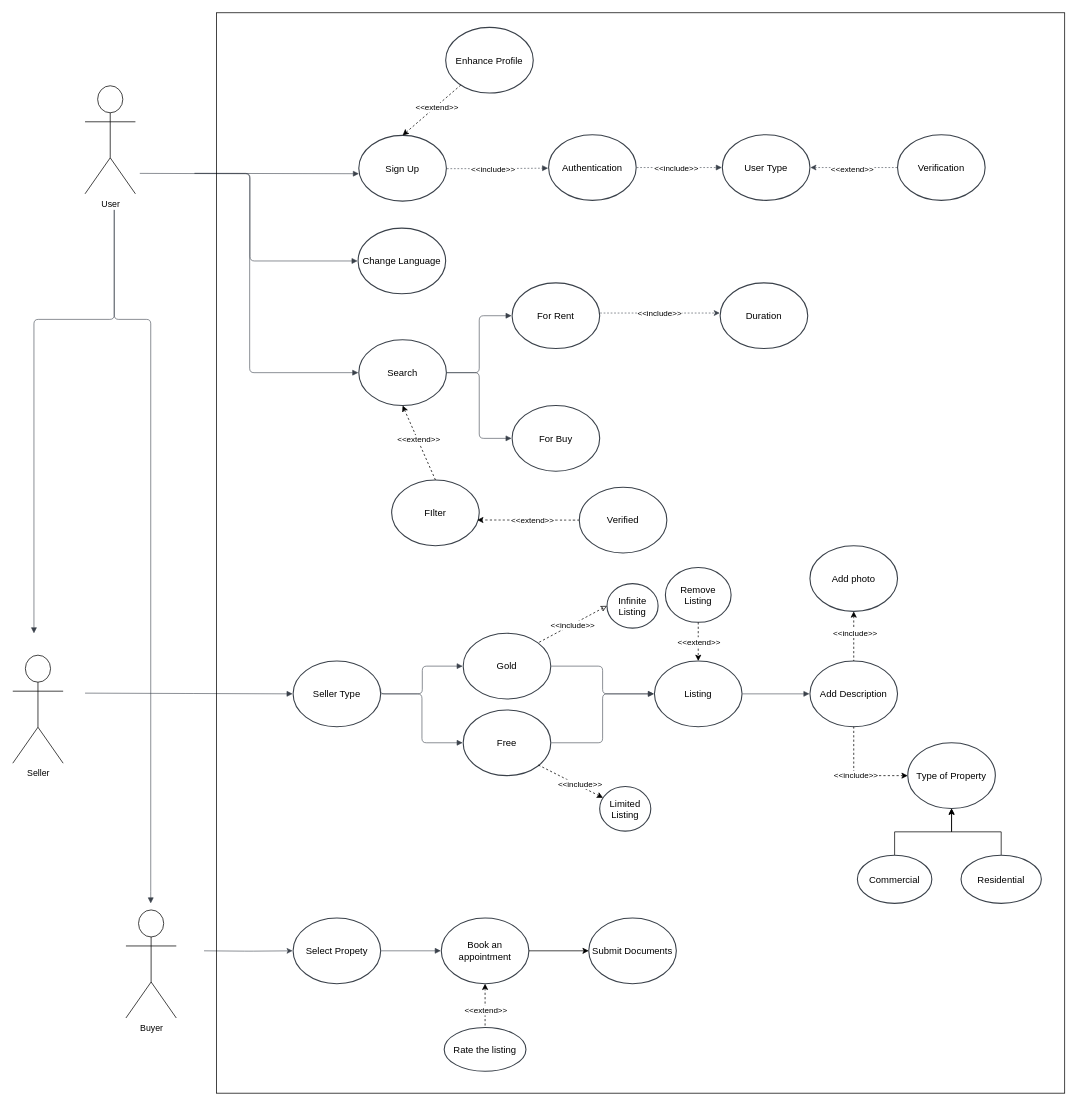
Th30utcast/Studio-Design-1 keeps this draw.io diagram as UML Diagrams/UML_Use_Case.drawio. Above is the earlier version. Source tidied: cells renumbered, new cells numbered last; positions are measured from the earlier drawing's top-left corner, leaving out a move shared by most shapes. Both pictures are drawn from the tidied source at 73%, with x=0, y=0 at pixel (12, 12).
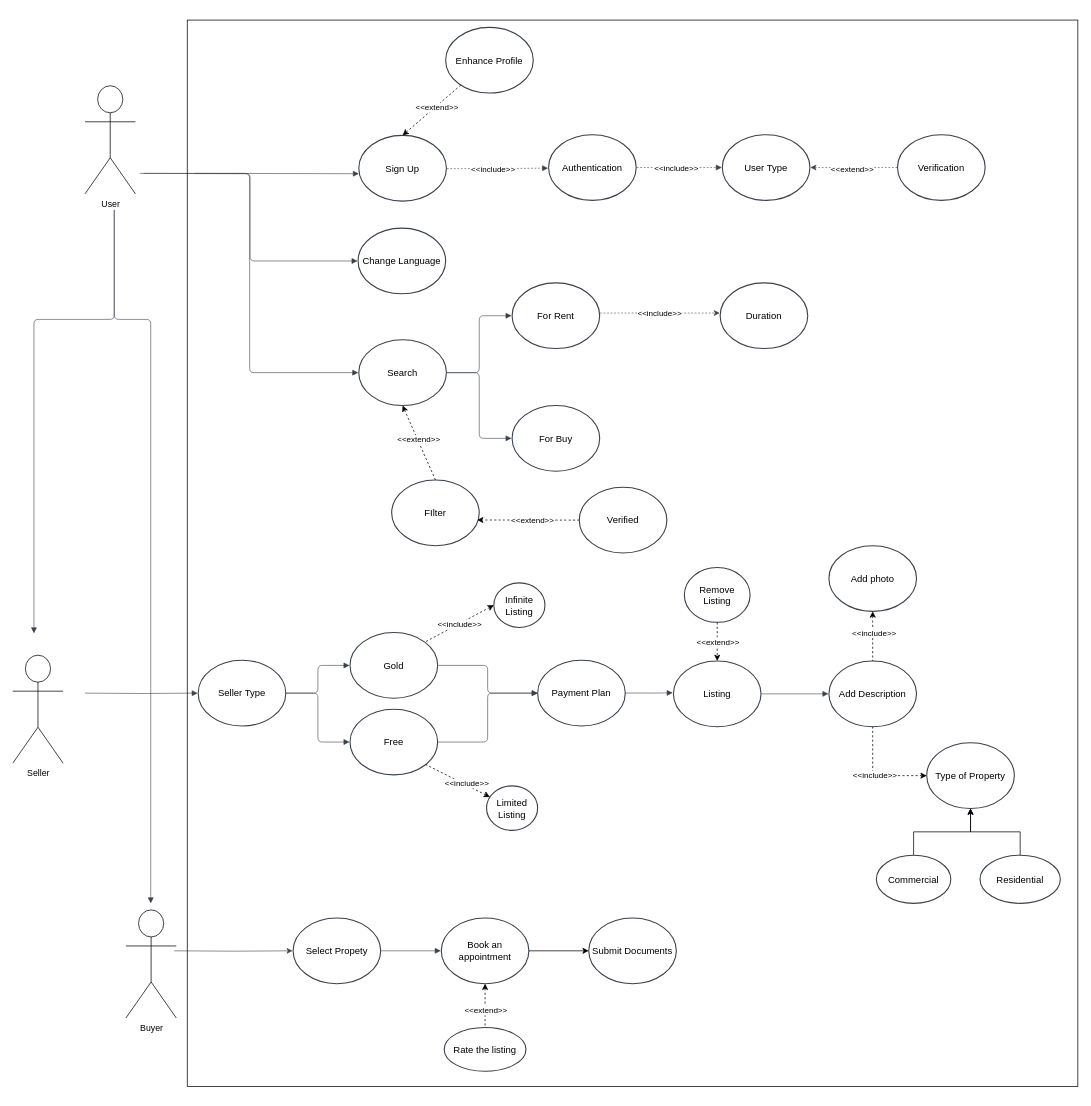
Above is the later version.

The change refers to these unchanged cells:
```xml
<mxCell id="16" value="Change Language" style="html=1;overflow=block;blockSpacing=1;whiteSpace=wrap;ellipse;fontSize=13;spacing=3.8;strokeColor=#3a414a;strokeOpacity=100;fillOpacity=100;rounded=1;absoluteArcSize=1;arcSize=9;fillColor=#ffffff;strokeWidth=1.5;lucidId=lh2NhNY9c4b3;" parent="1" vertex="1">
  <mxGeometry x="473" y="295" width="120" height="90" as="geometry" />
</mxCell>
<mxCell id="49" value="Select Propety" style="html=1;overflow=block;blockSpacing=1;whiteSpace=wrap;ellipse;fontSize=13;spacing=3.8;strokeColor=#3a414a;strokeOpacity=100;fillOpacity=100;rounded=1;absoluteArcSize=1;arcSize=9;fillColor=#ffffff;strokeWidth=1.5;lucidId=Dr2N7geGq.aC;" parent="1" vertex="1">
  <mxGeometry x="384" y="1240" width="120" height="90" as="geometry" />
</mxCell>
```

Diff of the diagram source:
```diff
@@
     <mxCell id="15" style="html=1;jettySize=18;whiteSpace=wrap;fontSize=13;strokeColor=#3a414a;strokeOpacity=100;strokeWidth=0.8;rounded=1;arcSize=12;edgeStyle=orthogonalEdgeStyle;startArrow=none;endArrow=block;endFill=1;entryX=-0.006;entryY=0.5;entryPerimeter=0;lucidId=bh2N.PQnJD9T;" parent="1" edge="1" target="16">
       <mxGeometry relative="1" as="geometry">
-        <mxPoint x="249" y="220" as="sourcePoint" />
+        <mxPoint x="179" y="220" as="sourcePoint" />
         <Array as="points">
           <mxPoint x="325" y="220" />
           <mxPoint x="325" y="340" />
         </Array>
       </mxGeometry>
     </mxCell>
@@
     <mxCell id="29" value="Seller Type" style="html=1;overflow=block;blockSpacing=1;whiteSpace=wrap;ellipse;fontSize=13;spacing=3.8;strokeColor=#3a414a;strokeOpacity=100;fillOpacity=100;rounded=1;absoluteArcSize=1;arcSize=9;fillColor=#ffffff;strokeWidth=1.5;lucidId=Dm2N.O1Cw66J;" parent="1" vertex="1">
-      <mxGeometry x="384" y="888" width="120" height="90" as="geometry" />
+      <mxGeometry x="254" y="887" width="120" height="90" as="geometry" />
     </mxCell>
     <mxCell id="30" value="Gold" style="html=1;overflow=block;blockSpacing=1;whiteSpace=wrap;ellipse;fontSize=13;spacing=3.8;strokeColor=#3a414a;strokeOpacity=100;fillOpacity=100;rounded=1;absoluteArcSize=1;arcSize=9;fillColor=#ffffff;strokeWidth=1.5;lucidId=Zm2NnLyQ7PNg;" parent="1" vertex="1">
-      <mxGeometry x="617" y="850" width="120" height="90" as="geometry" />
+      <mxGeometry x="462" y="849" width="120" height="90" as="geometry" />
     </mxCell>
     <mxCell id="31" value="Free" style="html=1;overflow=block;blockSpacing=1;whiteSpace=wrap;ellipse;fontSize=13;spacing=3.8;strokeColor=#3a414a;strokeOpacity=100;fillOpacity=100;rounded=1;absoluteArcSize=1;arcSize=9;fillColor=#ffffff;strokeWidth=1.5;lucidId=0m2NQB7Sojcu;" parent="1" vertex="1">
-      <mxGeometry x="617" y="955" width="120" height="90" as="geometry" />
+      <mxGeometry x="462" y="954" width="120" height="90" as="geometry" />
     </mxCell>
     <mxCell id="32" value="Infinite Listing" style="html=1;overflow=block;blockSpacing=1;whiteSpace=wrap;ellipse;fontSize=13;spacing=3.8;strokeColor=#3a414a;strokeOpacity=100;fillOpacity=100;rounded=1;absoluteArcSize=1;arcSize=9;fillColor=#ffffff;strokeWidth=1.5;lucidId=cn2N3BMARIzr;" parent="1" vertex="1">
-      <mxGeometry x="814" y="782" width="70" height="61" as="geometry" />
+      <mxGeometry x="659" y="781" width="70" height="61" as="geometry" />
     </mxCell>
     <mxCell id="33" value="Limited Listing" style="html=1;overflow=block;blockSpacing=1;whiteSpace=wrap;ellipse;fontSize=13;spacing=3.8;strokeColor=#3a414a;strokeOpacity=100;fillOpacity=100;rounded=1;absoluteArcSize=1;arcSize=9;fillColor=#ffffff;strokeWidth=1.5;lucidId=wn2NGP~Z6Ds-;" parent="1" vertex="1">
-      <mxGeometry x="804" y="1060" width="70" height="61" as="geometry" />
+      <mxGeometry x="649" y="1059" width="70" height="61" as="geometry" />
     </mxCell>
-    <mxCell id="34" style="html=1;jettySize=18;whiteSpace=wrap;fontSize=13;strokeColor=#3a414a;strokeOpacity=100;strokeWidth=0.8;rounded=1;arcSize=12;edgeStyle=orthogonalEdgeStyle;startArrow=none;endArrow=block;endFill=1;exitX=0.999;exitY=0.417;exitPerimeter=0;entryX=-0.006;entryY=0.5;entryPerimeter=0;lucidId=eo2N2k-c11Nn;" parent="1" edge="1" source="29" target="30">
+    <mxCell id="34" style="html=1;jettySize=18;whiteSpace=wrap;fontSize=13;strokeColor=#3a414a;strokeOpacity=100;strokeWidth=0.8;rounded=1;arcSize=12;edgeStyle=orthogonalEdgeStyle;startArrow=none;endArrow=block;endFill=1;exitX=1;exitY=0.5;entryX=-0.006;entryY=0.5;entryPerimeter=0;lucidId=eo2N2k-c11Nn;exitDx=0;exitDy=0;" parent="1" edge="1" source="29" target="30">
       <mxGeometry relative="1" as="geometry">
         <Array as="points">
-          <mxPoint x="504" y="933" />
-          <mxPoint x="561" y="933" />
-          <mxPoint x="561" y="895" />
+          <mxPoint x="418" y="932" />
+          <mxPoint x="418" y="894" />
         </Array>
       </mxGeometry>
     </mxCell>
-    <mxCell id="35" style="html=1;jettySize=18;whiteSpace=wrap;fontSize=13;strokeColor=#3a414a;strokeOpacity=100;strokeWidth=0.8;rounded=1;arcSize=12;edgeStyle=orthogonalEdgeStyle;startArrow=none;endArrow=block;endFill=1;exitX=1.006;exitY=0.5;exitPerimeter=0;entryX=-0.006;entryY=0.5;entryPerimeter=0;lucidId=ko2NCZfHojib;" parent="1" edge="1" source="29" target="31">
+    <mxCell id="35" style="html=1;jettySize=18;whiteSpace=wrap;fontSize=13;strokeColor=#3a414a;strokeOpacity=100;strokeWidth=0.8;rounded=1;arcSize=12;edgeStyle=orthogonalEdgeStyle;startArrow=none;endArrow=block;endFill=1;exitX=1;exitY=0.5;entryX=-0.006;entryY=0.5;entryPerimeter=0;lucidId=ko2NCZfHojib;exitDx=0;exitDy=0;" parent="1" edge="1" source="29" target="31">
       <mxGeometry relative="1" as="geometry" />
     </mxCell>
-    <mxCell id="36" style="html=1;jettySize=18;whiteSpace=wrap;fontSize=13;strokeColor=#3a414a;strokeOpacity=100;strokeWidth=0.8;rounded=1;arcSize=12;edgeStyle=orthogonalEdgeStyle;startArrow=none;endArrow=block;endFill=1;exitX=1.006;exitY=0.5;exitPerimeter=0;entryX=-0.006;entryY=0.5;entryPerimeter=0;lucidId=xo2N60hsEZCy;" parent="1" edge="1" source="30" target="38">
+    <mxCell id="36" style="html=1;jettySize=18;whiteSpace=wrap;fontSize=13;strokeColor=#3a414a;strokeOpacity=100;strokeWidth=0.8;rounded=1;arcSize=12;edgeStyle=orthogonalEdgeStyle;startArrow=none;endArrow=block;endFill=1;exitX=1.006;exitY=0.5;exitPerimeter=0;entryX=0;entryY=0.5;lucidId=xo2N60hsEZCy;entryDx=0;entryDy=0;" parent="1" edge="1" source="30" target="77">
       <mxGeometry relative="1" as="geometry" />
     </mxCell>
-    <mxCell id="37" style="html=1;jettySize=18;whiteSpace=wrap;fontSize=13;strokeColor=#3a414a;strokeOpacity=100;strokeWidth=0.8;rounded=1;arcSize=12;edgeStyle=orthogonalEdgeStyle;startArrow=none;endArrow=block;endFill=1;exitX=1.006;exitY=0.5;exitPerimeter=0;entryX=-0.006;entryY=0.5;entryPerimeter=0;lucidId=Uo2NaMtc.MYV;" parent="1" edge="1" source="31" target="38">
+    <mxCell id="37" style="html=1;jettySize=18;whiteSpace=wrap;fontSize=13;strokeColor=#3a414a;strokeOpacity=100;strokeWidth=0.8;rounded=1;arcSize=12;edgeStyle=orthogonalEdgeStyle;startArrow=none;endArrow=block;endFill=1;exitX=1.006;exitY=0.5;exitPerimeter=0;entryX=0;entryY=0.5;lucidId=Uo2NaMtc.MYV;entryDx=0;entryDy=0;" parent="1" edge="1" source="31" target="77">
       <mxGeometry relative="1" as="geometry" />
     </mxCell>
     <mxCell id="38" value="Listing" style="html=1;overflow=block;blockSpacing=1;whiteSpace=wrap;ellipse;fontSize=13;spacing=3.8;strokeColor=#3a414a;strokeOpacity=100;fillOpacity=100;rounded=1;absoluteArcSize=1;arcSize=9;fillColor=#ffffff;strokeWidth=1.5;lucidId=Yo2NwXqtcYpD;" parent="1" vertex="1">
-      <mxGeometry x="879" y="888" width="120" height="90" as="geometry" />
+      <mxGeometry x="905" y="888" width="120" height="90" as="geometry" />
     </mxCell>
     <mxCell id="39" value="Remove Listing" style="html=1;overflow=block;blockSpacing=1;whiteSpace=wrap;ellipse;fontSize=13;spacing=3.8;strokeColor=#3a414a;strokeOpacity=100;fillOpacity=100;rounded=1;absoluteArcSize=1;arcSize=9;fillColor=#ffffff;strokeWidth=1.5;lucidId=~o2Nf5Nywa8o;" parent="1" vertex="1">
-      <mxGeometry x="894" y="760" width="90" height="75" as="geometry" />
+      <mxGeometry x="920" y="760" width="90" height="75" as="geometry" />
     </mxCell>
     <mxCell id="40" value="Add Description" style="html=1;overflow=block;blockSpacing=1;whiteSpace=wrap;ellipse;fontSize=13;spacing=3.8;strokeColor=#3a414a;strokeOpacity=100;fillOpacity=100;rounded=1;absoluteArcSize=1;arcSize=9;fillColor=#ffffff;strokeWidth=1.5;lucidId=Wp2N..n03a1h;" parent="1" vertex="1">
-      <mxGeometry x="1092" y="888" width="120" height="90" as="geometry" />
+      <mxGeometry x="1118" y="888" width="120" height="90" as="geometry" />
     </mxCell>
     <mxCell id="41" value="Add photo" style="html=1;overflow=block;blockSpacing=1;whiteSpace=wrap;ellipse;fontSize=13;spacing=3.8;strokeColor=#3a414a;strokeOpacity=100;fillOpacity=100;rounded=1;absoluteArcSize=1;arcSize=9;fillColor=#ffffff;strokeWidth=1.5;lucidId=aq2N1Zbb_zrb;" parent="1" vertex="1">
-      <mxGeometry x="1092" y="730" width="120" height="90" as="geometry" />
+      <mxGeometry x="1118" y="730" width="120" height="90" as="geometry" />
     </mxCell>
@@
     <mxCell id="43" value="Type of Property" style="html=1;overflow=block;blockSpacing=1;whiteSpace=wrap;ellipse;fontSize=13;spacing=3.8;strokeColor=#3a414a;strokeOpacity=100;fillOpacity=100;rounded=1;absoluteArcSize=1;arcSize=9;fillColor=#ffffff;strokeWidth=1.5;lucidId=iq2NwP-8j8MI;" parent="1" vertex="1">
-      <mxGeometry x="1226" y="1000" width="120" height="90" as="geometry" />
+      <mxGeometry x="1252" y="1000" width="120" height="90" as="geometry" />
     </mxCell>
@@
     <mxCell id="45" value="Commercial" style="html=1;overflow=block;blockSpacing=1;whiteSpace=wrap;ellipse;fontSize=13;spacing=3.8;strokeColor=#3a414a;strokeOpacity=100;fillOpacity=100;rounded=1;absoluteArcSize=1;arcSize=9;fillColor=#ffffff;strokeWidth=1.5;lucidId=uq2NrSCWiOrT;" parent="1" vertex="1">
-      <mxGeometry x="1157" y="1154" width="102" height="66" as="geometry" />
+      <mxGeometry x="1183" y="1154" width="102" height="66" as="geometry" />
     </mxCell>
@@
     <mxCell id="47" value="Residential" style="html=1;overflow=block;blockSpacing=1;whiteSpace=wrap;ellipse;fontSize=13;spacing=3.8;strokeColor=#3a414a;strokeOpacity=100;fillOpacity=100;rounded=1;absoluteArcSize=1;arcSize=9;fillColor=#ffffff;strokeWidth=1.5;lucidId=vq2NO-f4~Nze;" parent="1" vertex="1">
-      <mxGeometry x="1299" y="1154" width="110" height="66" as="geometry" />
+      <mxGeometry x="1325" y="1154" width="110" height="66" as="geometry" />
     </mxCell>
@@
     <mxCell id="52" style="html=1;jettySize=18;whiteSpace=wrap;fontSize=13;strokeColor=#3a414a;strokeOpacity=100;strokeWidth=0.8;rounded=1;arcSize=12;edgeStyle=orthogonalEdgeStyle;startArrow=none;entryX=-0.006;entryY=0.5;entryPerimeter=0;lucidId=ns2NK8PLIFtY;" parent="1" edge="1" target="49">
       <mxGeometry relative="1" as="geometry">
-        <mxPoint x="262" y="1285" as="sourcePoint" />
+        <mxPoint x="221" y="1285" as="sourcePoint" />
       </mxGeometry>
     </mxCell>
@@
-    <mxCell id="56" style="endArrow=none;html=1;rounded=0;exitX=0;exitY=0.5;exitDx=0;exitDy=0;entryX=1;entryY=0;entryDx=0;entryDy=0;dashed=1;startArrow=classic;startFill=0;" parent="1" edge="1" source="32" target="30">
+    <mxCell id="56" style="endArrow=none;html=1;rounded=0;exitX=0;exitY=0.5;exitDx=0;exitDy=0;entryX=1;entryY=0;entryDx=0;entryDy=0;dashed=1;startArrow=classic;startFill=1;" parent="1" edge="1" source="32" target="30">
       <mxGeometry relative="1" as="geometry" />
     </mxCell>
@@
     <mxCell id="58" style="endArrow=none;html=1;rounded=0;dashed=1;startArrow=classic;startFill=1;" parent="1" edge="1" source="33">
       <mxGeometry relative="1" as="geometry">
-        <mxPoint x="719" y="1030" as="targetPoint" />
+        <mxPoint x="564" y="1029" as="targetPoint" />
       </mxGeometry>
     </mxCell>
@@
-    <mxCell id="75" style="rounded=0;whiteSpace=wrap;html=1;fillColor=none;" parent="1" vertex="1">
-      <mxGeometry x="279" width="1162" height="1480" as="geometry" />
-    </mxCell>
@@
+    <mxCell id="77" value="Payment Plan" style="html=1;overflow=block;blockSpacing=1;whiteSpace=wrap;ellipse;fontSize=13;spacing=3.8;strokeColor=#3a414a;strokeOpacity=100;fillOpacity=100;rounded=1;absoluteArcSize=1;arcSize=9;fillColor=#ffffff;strokeWidth=1.5;lucidId=Dm2N.O1Cw66J;" parent="1" vertex="1">
+      <mxGeometry x="719" y="887" width="120" height="90" as="geometry" />
+    </mxCell>
+    <mxCell id="78" style="html=1;jettySize=18;whiteSpace=wrap;fontSize=13;strokeColor=#3a414a;strokeOpacity=100;strokeWidth=0.8;rounded=1;arcSize=12;edgeStyle=orthogonalEdgeStyle;startArrow=none;endArrow=block;endFill=1;lucidId=eo2N2k-c11Nn;exitX=1;exitY=0.5;exitDx=0;exitDy=0;" parent="1" edge="1">
+      <mxGeometry relative="1" as="geometry">
+        <mxPoint x="839" y="931.9" as="sourcePoint" />
+        <mxPoint x="904" y="931.6" as="targetPoint" />
+        <Array as="points">
+          <mxPoint x="879" y="931.9" />
+        </Array>
+      </mxGeometry>
+    </mxCell>
+    <mxCell id="79" style="rounded=0;whiteSpace=wrap;html=1;fillColor=none;" parent="1" vertex="1">
+      <mxGeometry x="239" y="10" width="1220" height="1461" as="geometry" />
+    </mxCell>
```
